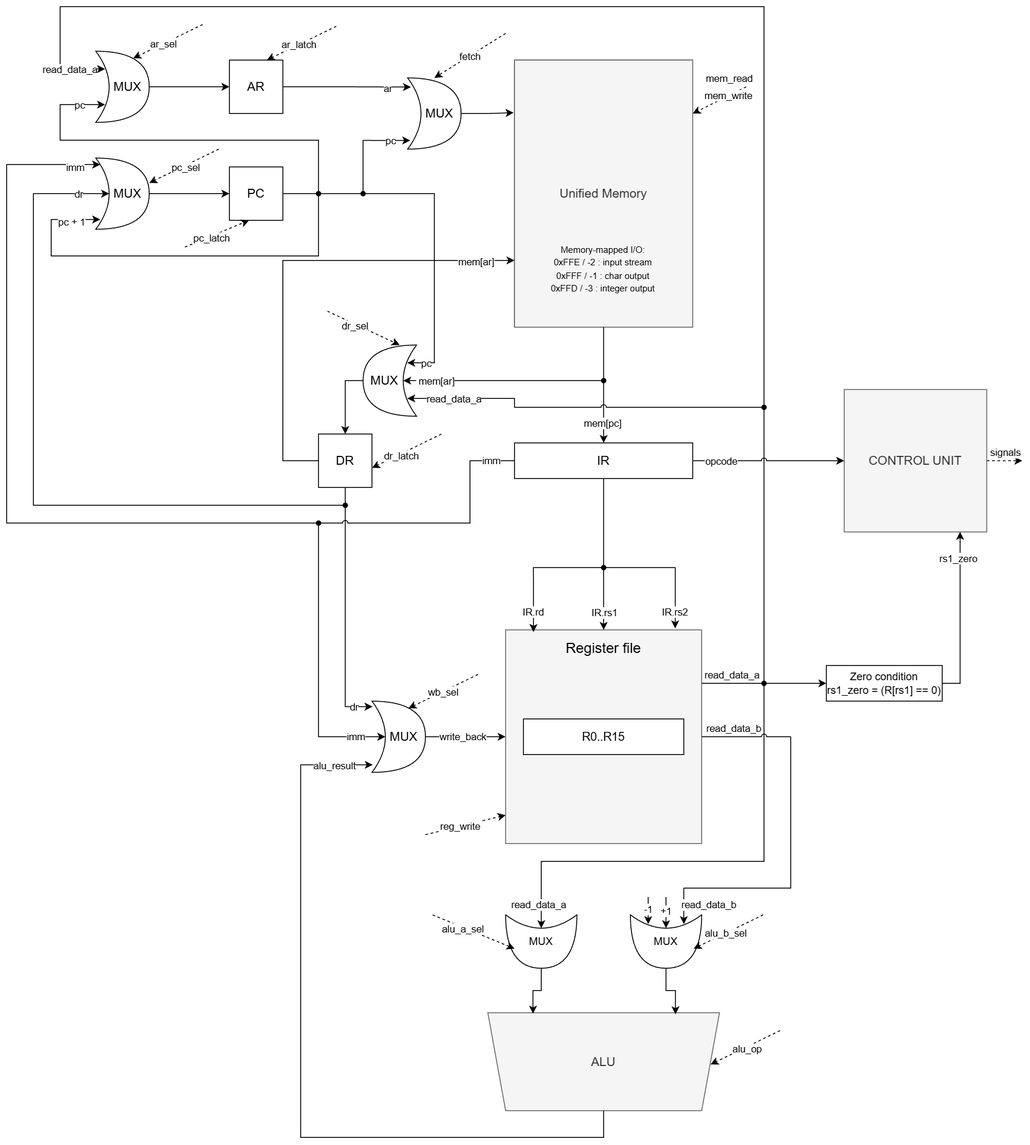
Above: img/datapath.png in ladpest/csa-lab4 (draw.io), before the change. Source tidied: cells renumbered, new cells last; positions are measured from the earlier drawing's top-left corner, leaving out a move shared by most shapes.
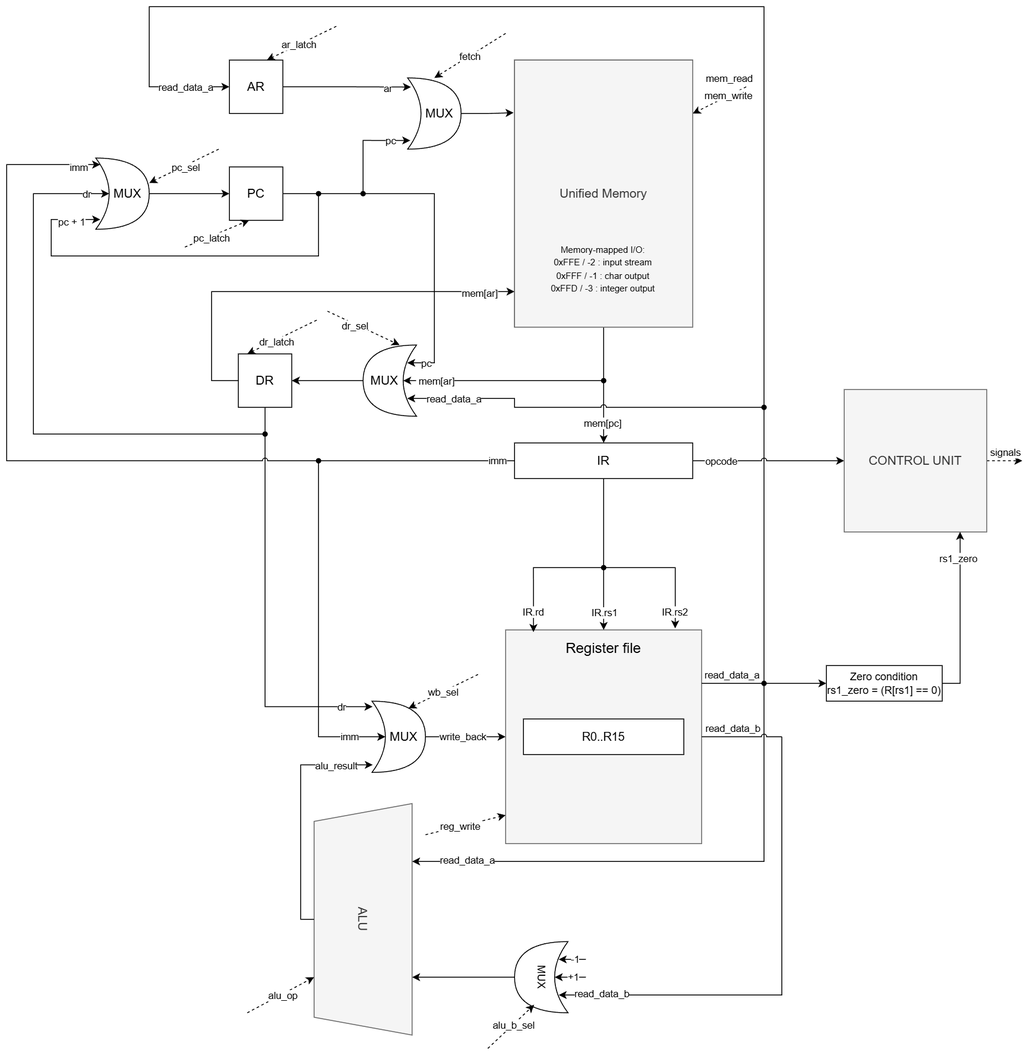
After the commit.

Diff of the diagram source:
```diff
@@ -67,11 +67,2 @@
     </mxCell>
-    <mxCell id="19" style="group;fillColor=#f5f5f5;strokeColor=#666666;fontColor=#333333;" parent="1" vertex="1">
-      <mxGeometry x="570" y="60" width="200" height="300" as="geometry" />
-    </mxCell>
-    <mxCell id="20" value="&lt;font style=&quot;font-size: 14px;&quot;&gt;Unified Memory&lt;/font&gt;" style="rounded=0;whiteSpace=wrap;html=1;fillColor=#f5f5f5;fontColor=#333333;strokeColor=#666666;" parent="19" vertex="1">
-      <mxGeometry width="200" height="300" as="geometry" />
-    </mxCell>
-    <mxCell id="21" value="&lt;font style=&quot;font-size: 10px;&quot;&gt;Memory-mapped I/O:&lt;br&gt;0xFFE / -2 : input stream&lt;br&gt;0xFFF / -1 : char output&lt;br&gt;0xFFD / -3 : integer output&lt;/font&gt;" style="text;html=1;whiteSpace=wrap;strokeColor=none;fillColor=none;align=center;verticalAlign=middle;rounded=0;" parent="19" vertex="1">
-      <mxGeometry x="4.4" y="204" width="191.2" height="60" as="geometry" />
-    </mxCell>
     <mxCell id="22" value="&lt;font style=&quot;font-size: 14px;&quot;&gt;PC&lt;/font&gt;" style="whiteSpace=wrap;html=1;" parent="1" vertex="1">
@@ -142,15 +133,4 @@
     </mxCell>
-    <mxCell id="38" style="edgeStyle=orthogonalEdgeStyle;rounded=0;jettySize=auto;html=1;entryX=0;entryY=0.75;entryDx=0;entryDy=0;" parent="1" edge="1" source="40" target="20">
-      <mxGeometry relative="1" as="geometry">
-        <Array as="points">
-          <mxPoint x="310" y="510" />
-          <mxPoint x="310" y="285" />
-        </Array>
-      </mxGeometry>
-    </mxCell>
-    <mxCell id="39" value="mem[ar]" style="edgeLabel;html=1;align=center;verticalAlign=middle;" parent="38" vertex="1">
-      <mxGeometry x="0.83" y="-1" relative="1" as="geometry" />
-    </mxCell>
     <mxCell id="40" value="&lt;font style=&quot;font-size: 14px;&quot;&gt;DR&lt;/font&gt;" style="whiteSpace=wrap;html=1;" parent="1" vertex="1">
-      <mxGeometry x="350" y="480" width="60" height="60" as="geometry" />
+      <mxGeometry x="260" y="390" width="60" height="60" as="geometry" />
     </mxCell>
@@ -171,3 +151,3 @@
         <Array as="points">
-          <mxPoint x="380" y="786" />
+          <mxPoint x="290" y="786" />
         </Array>
@@ -181,3 +161,3 @@
         <Array as="points">
-          <mxPoint y="580" />
+          <mxPoint y="510" />
           <mxPoint y="177" />
@@ -194,4 +174,4 @@
         <Array as="points">
-          <mxPoint x="520" y="510" />
-          <mxPoint x="520" y="580" />
+          <mxPoint x="440" y="510" />
+          <mxPoint x="440" y="510" />
         </Array>
@@ -203,3 +183,3 @@
     <mxCell id="51" style="shape=waypoint;sketch=0;size=6;points=[];fillColor=none;perimeter=centerPerimeter;snapToPoint=1;" parent="1" vertex="1">
-      <mxGeometry x="340" y="570" width="20" height="20" as="geometry" />
+      <mxGeometry x="340" y="500" width="20" height="20" as="geometry" />
     </mxCell>
@@ -216,3 +196,3 @@
     <mxCell id="54" style="shape=waypoint;sketch=0;size=6;points=[];fillColor=none;perimeter=centerPerimeter;snapToPoint=1;" parent="1" vertex="1">
-      <mxGeometry x="370" y="550" width="20" height="20" as="geometry" />
+      <mxGeometry x="280" y="470" width="20" height="20" as="geometry" />
     </mxCell>
@@ -221,6 +201,6 @@
     </mxCell>
-    <mxCell id="56" style="edgeStyle=orthogonalEdgeStyle;rounded=0;jettySize=auto;html=1;entryX=0.25;entryY=0.5;entryDx=0;entryDy=0;entryPerimeter=0;" parent="1" edge="1" source="54" target="33">
+    <mxCell id="56" style="edgeStyle=orthogonalEdgeStyle;rounded=0;jettySize=auto;html=1;entryX=0.25;entryY=0.5;entryDx=0;entryDy=0;entryPerimeter=0;exitX=0.267;exitY=0.692;exitDx=0;exitDy=0;exitPerimeter=0;" parent="1" edge="1" source="54" target="33">
       <mxGeometry relative="1" as="geometry">
         <Array as="points">
-          <mxPoint x="30" y="560" />
+          <mxPoint x="30" y="480" />
           <mxPoint x="30" y="210" />
@@ -234,23 +214,8 @@
     </mxCell>
-    <mxCell id="58" style="edgeStyle=orthogonalEdgeStyle;rounded=0;jettySize=auto;html=1;entryX=0;entryY=0.5;entryDx=0;entryDy=0;" parent="1" edge="1" source="59" target="27">
-      <mxGeometry relative="1" as="geometry" />
-    </mxCell>
-    <mxCell id="59" value="&lt;font style=&quot;font-size: 14px;&quot;&gt;&amp;nbsp; &amp;nbsp;MUX&lt;/font&gt;" style="shape=xor;whiteSpace=wrap;html=1;" parent="1" vertex="1">
-      <mxGeometry x="100" y="50" width="60" height="80" as="geometry" />
-    </mxCell>
-    <mxCell id="60" value="&lt;font style=&quot;font-size: 14px;&quot;&gt;ALU&lt;/font&gt;" style="shape=trapezoid;perimeter=trapezoidPerimeter;whiteSpace=wrap;html=1;fixedSize=1;direction=west;fillColor=#f5f5f5;fontColor=#333333;strokeColor=#666666;" parent="1" vertex="1">
-      <mxGeometry x="540" y="1130" width="260" height="110" as="geometry" />
+    <mxCell id="60" value="&lt;font style=&quot;font-size: 14px;&quot;&gt;ALU&lt;/font&gt;" style="shape=trapezoid;perimeter=trapezoidPerimeter;whiteSpace=wrap;html=1;fixedSize=1;direction=west;fillColor=#f5f5f5;fontColor=#333333;strokeColor=#666666;rotation=90;" parent="1" vertex="1">
+      <mxGeometry x="270" y="970" width="260" height="110" as="geometry" />
     </mxCell>
-    <mxCell id="61" value="MUX" style="shape=xor;whiteSpace=wrap;html=1;direction=south;" parent="1" vertex="1">
-      <mxGeometry x="560" y="1020" width="80" height="60" as="geometry" />
-    </mxCell>
-    <mxCell id="62" value="MUX" style="shape=xor;whiteSpace=wrap;html=1;direction=south;" parent="1" vertex="1">
-      <mxGeometry x="700" y="1020" width="80" height="60" as="geometry" />
-    </mxCell>
-    <mxCell id="63" style="edgeStyle=orthogonalEdgeStyle;rounded=0;jettySize=auto;html=1;entryX=0.19;entryY=0.984;entryDx=0;entryDy=0;entryPerimeter=0;" parent="1" edge="1" source="62" target="60">
+    <mxCell id="63" style="edgeStyle=orthogonalEdgeStyle;rounded=0;jettySize=auto;html=1;entryX=0.25;entryY=1;entryDx=0;entryDy=0;" parent="1" edge="1" source="62" target="60">
       <mxGeometry relative="1" as="geometry" />
     </mxCell>
-    <mxCell id="64" style="edgeStyle=orthogonalEdgeStyle;rounded=0;jettySize=auto;html=1;exitX=1;exitY=0.5;exitDx=0;exitDy=0;exitPerimeter=0;entryX=0.805;entryY=0.991;entryDx=0;entryDy=0;entryPerimeter=0;" parent="1" edge="1" source="61" target="60">
-      <mxGeometry relative="1" as="geometry" />
-    </mxCell>
     <mxCell id="65" style="edgeStyle=orthogonalEdgeStyle;rounded=0;jettySize=auto;html=1;entryX=0;entryY=0.5;entryDx=0;entryDy=0;" parent="1" edge="1" source="66" target="124">
@@ -269,3 +234,3 @@
     </mxCell>
-    <mxCell id="69" style="edgeStyle=orthogonalEdgeStyle;rounded=0;jettySize=auto;html=1;entryX=0.25;entryY=0.5;entryDx=0;entryDy=0;entryPerimeter=0;jumpStyle=arc;" parent="1" edge="1" source="66" target="61">
+    <mxCell id="69" style="edgeStyle=orthogonalEdgeStyle;rounded=0;jettySize=auto;html=1;entryX=0.75;entryY=1;entryDx=0;entryDy=0;jumpStyle=arc;" parent="1" edge="1" source="66" target="60">
       <mxGeometry relative="1" as="geometry">
@@ -273,3 +238,3 @@
           <mxPoint x="850" y="960" />
-          <mxPoint x="600" y="960" />
+          <mxPoint x="605" y="960" />
         </Array>
@@ -277,5 +242,5 @@
     </mxCell>
-    <mxCell id="70" style="edgeStyle=orthogonalEdgeStyle;rounded=0;jettySize=auto;html=1;entryX=0.63;entryY=-0.05;entryDx=0;entryDy=0;entryPerimeter=0;endArrow=none;endFill=0;jumpStyle=arc;" parent="1" edge="1" source="3">
+    <mxCell id="70" style="edgeStyle=orthogonalEdgeStyle;rounded=0;jettySize=auto;html=1;endArrow=none;endFill=0;jumpStyle=arc;" parent="1" edge="1" source="3">
       <mxGeometry relative="1" as="geometry">
-        <mxPoint x="880" y="820" as="targetPoint" />
+        <mxPoint x="870" y="820" as="targetPoint" />
       </mxGeometry>
@@ -289,6 +254,6 @@
       <mxGeometry relative="1" as="geometry">
-        <mxPoint x="880" y="820" as="sourcePoint" />
+        <mxPoint x="870" y="820" as="sourcePoint" />
         <Array as="points">
-          <mxPoint x="880" y="990" />
-          <mxPoint x="760" y="990" />
+          <mxPoint x="870" y="820" />
+          <mxPoint x="870" y="1110" />
         </Array>
@@ -296,24 +261,7 @@
     </mxCell>
-    <mxCell id="73" style="endArrow=classic;html=1;rounded=0;entryX=0.25;entryY=0.5;entryDx=0;entryDy=0;entryPerimeter=0;" parent="1" edge="1" target="62">
-      <mxGeometry relative="1" as="geometry">
-        <mxPoint x="740" y="1000" as="sourcePoint" />
-      </mxGeometry>
-    </mxCell>
-    <mxCell id="74" value="+1" style="edgeLabel;html=1;align=center;verticalAlign=middle;" parent="73" vertex="1">
-      <mxGeometry x="-0.12" y="-1" relative="1" as="geometry" />
-    </mxCell>
-    <mxCell id="75" style="endArrow=classic;html=1;rounded=0;entryX=0.175;entryY=0.75;entryDx=0;entryDy=0;entryPerimeter=0;" parent="1" edge="1" target="62">
-      <mxGeometry relative="1" as="geometry">
-        <mxPoint x="720" y="1000" as="sourcePoint" />
-      </mxGeometry>
-    </mxCell>
-    <mxCell id="76" value="-1" style="edgeLabel;html=1;align=center;verticalAlign=middle;" parent="75" vertex="1">
-      <mxGeometry x="-0.12" y="-1" relative="1" as="geometry" />
-    </mxCell>
-    <mxCell id="77" style="edgeStyle=orthogonalEdgeStyle;rounded=0;jettySize=auto;html=1;entryX=0.015;entryY=0.894;entryDx=0;entryDy=0;entryPerimeter=0;" parent="1" edge="1" source="60" target="18">
+    <mxCell id="77" style="edgeStyle=orthogonalEdgeStyle;rounded=0;jettySize=auto;html=1;entryX=0.015;entryY=0.894;entryDx=0;entryDy=0;entryPerimeter=0;exitX=0.5;exitY=0;exitDx=0;exitDy=0;" parent="1" edge="1" source="60" target="18">
       <mxGeometry relative="1" as="geometry">
         <Array as="points">
-          <mxPoint x="670" y="1270" />
-          <mxPoint x="330" y="1270" />
-          <mxPoint x="330" y="851" />
+          <mxPoint x="330" y="1025" />
+          <mxPoint x="330" y="852" />
         </Array>
@@ -323,6 +271,6 @@
       <mxGeometry x="0.88" y="-1" relative="1" as="geometry">
-        <mxPoint x="9" as="offset" />
+        <mxPoint x="-25" as="offset" />
       </mxGeometry>
     </mxCell>
-    <mxCell id="79" style="edgeStyle=orthogonalEdgeStyle;rounded=0;jettySize=auto;html=1;exitX=1;exitY=0.5;exitDx=0;exitDy=0;exitPerimeter=0;entryX=0.5;entryY=0;entryDx=0;entryDy=0;" parent="1" edge="1" source="80" target="40">
+    <mxCell id="79" style="edgeStyle=orthogonalEdgeStyle;rounded=0;jettySize=auto;html=1;exitX=1;exitY=0.5;exitDx=0;exitDy=0;exitPerimeter=0;entryX=1;entryY=0.5;entryDx=0;entryDy=0;" parent="1" edge="1" source="80" target="40">
       <mxGeometry relative="1" as="geometry" />
@@ -370,3 +318,3 @@
     </mxCell>
-    <mxCell id="89" style="edgeStyle=orthogonalEdgeStyle;rounded=0;jettySize=auto;html=1;entryX=0.175;entryY=0.25;entryDx=0;entryDy=0;entryPerimeter=0;" parent="1" edge="1" source="87" target="59">
+    <mxCell id="89" style="edgeStyle=orthogonalEdgeStyle;rounded=0;jettySize=auto;html=1;entryX=0;entryY=0.5;entryDx=0;entryDy=0;" parent="1" edge="1" source="87" target="27">
       <mxGeometry relative="1" as="geometry">
@@ -374,4 +322,4 @@
           <mxPoint x="850" />
-          <mxPoint x="60" />
-          <mxPoint x="60" y="70" />
+          <mxPoint x="160" />
+          <mxPoint x="160" y="90" />
         </Array>
@@ -379,14 +327,2 @@
     </mxCell>
-    <mxCell id="90" style="edgeStyle=orthogonalEdgeStyle;rounded=0;jettySize=auto;html=1;entryX=0.175;entryY=0.75;entryDx=0;entryDy=0;entryPerimeter=0;" parent="1" edge="1" source="35" target="59">
-      <mxGeometry relative="1" as="geometry">
-        <Array as="points">
-          <mxPoint x="350" y="150" />
-          <mxPoint x="60" y="150" />
-          <mxPoint x="60" y="110" />
-        </Array>
-      </mxGeometry>
-    </mxCell>
-    <mxCell id="91" value="pc" style="edgeLabel;html=1;align=center;verticalAlign=middle;" parent="90" vertex="1">
-      <mxGeometry x="0.87" relative="1" as="geometry" />
-    </mxCell>
     <mxCell id="92" style="edgeStyle=orthogonalEdgeStyle;rounded=0;jettySize=auto;html=1;dashed=1;" parent="1" edge="1" source="94">
@@ -404,9 +340,4 @@
     </mxCell>
-    <mxCell id="95" value="read_data_b" style="edgeLabel;html=1;align=center;verticalAlign=middle;" parent="1" vertex="1">
-      <mxGeometry x="810" y="1010" as="geometry">
-        <mxPoint x="-23" y="-2" as="offset" />
-      </mxGeometry>
-    </mxCell>
     <mxCell id="96" value="read_data_a" style="edgeLabel;html=1;align=center;verticalAlign=middle;" parent="1" vertex="1">
-      <mxGeometry x="590" y="990" as="geometry">
+      <mxGeometry x="510" y="940" as="geometry">
         <mxPoint x="6" y="18" as="offset" />
@@ -415,3 +346,3 @@
     <mxCell id="97" value="read_data_a" style="edgeLabel;html=1;align=center;verticalAlign=middle;" parent="1" vertex="1">
-      <mxGeometry x="70" y="70" as="geometry" />
+      <mxGeometry x="200" y="90" as="geometry" />
     </mxCell>
@@ -422,10 +353,2 @@
     </mxCell>
-    <mxCell id="99" style="edgeStyle=none;jettySize=auto;html=1;rounded=0;entryX=0.7;entryY=0.1;entryDx=0;entryDy=0;entryPerimeter=0;dashed=1;" parent="1" edge="1" target="59">
-      <mxGeometry relative="1" as="geometry">
-        <mxPoint x="220" y="20" as="sourcePoint" />
-      </mxGeometry>
-    </mxCell>
-    <mxCell id="100" value="ar_sel" style="edgeLabel;html=1;align=center;verticalAlign=middle;" parent="99" vertex="1">
-      <mxGeometry x="0.14" relative="1" as="geometry" />
-    </mxCell>
     <mxCell id="101" style="edgeStyle=none;orthogonalLoop=1;jettySize=auto;html=1;rounded=0;entryX=0.7;entryY=0.1;entryDx=0;entryDy=0;entryPerimeter=0;dashed=1;" parent="1" edge="1">
@@ -450,4 +373,4 @@
       <mxGeometry relative="1" as="geometry">
-        <mxPoint x="488" y="480" as="sourcePoint" />
-        <mxPoint x="410" y="518" as="targetPoint" />
+        <mxPoint x="348" y="352" as="sourcePoint" />
+        <mxPoint x="270" y="390" as="targetPoint" />
       </mxGeometry>
@@ -506,24 +429,5 @@
     </mxCell>
-    <mxCell id="116" style="edgeStyle=none;orthogonalLoop=1;jettySize=auto;html=1;rounded=0;entryX=0.7;entryY=0.1;entryDx=0;entryDy=0;entryPerimeter=0;dashed=1;" parent="1" edge="1">
-      <mxGeometry relative="1" as="geometry">
-        <mxPoint x="849" y="1020" as="sourcePoint" />
-        <mxPoint x="771" y="1058" as="targetPoint" />
-      </mxGeometry>
-    </mxCell>
-    <mxCell id="117" value="alu_b_sel" style="edgeLabel;html=1;align=center;verticalAlign=middle;" parent="116" vertex="1">
-      <mxGeometry x="0.09" relative="1" as="geometry" />
-    </mxCell>
-    <mxCell id="118" style="edgeStyle=none;orthogonalLoop=1;jettySize=auto;html=1;rounded=0;entryX=0.7;entryY=0.1;entryDx=0;entryDy=0;entryPerimeter=0;dashed=1;" parent="1" edge="1">
-      <mxGeometry relative="1" as="geometry">
-        <mxPoint x="478" y="1020" as="sourcePoint" />
-        <mxPoint x="570" y="1058" as="targetPoint" />
-      </mxGeometry>
-    </mxCell>
-    <mxCell id="119" value="alu_a_sel" style="edgeLabel;html=1;align=center;verticalAlign=middle;" parent="118" vertex="1">
-      <mxGeometry x="-0.25" y="-1" relative="1" as="geometry" />
-    </mxCell>
-    <mxCell id="120" style="edgeStyle=none;orthogonalLoop=1;jettySize=auto;html=1;rounded=0;entryX=0.7;entryY=0.1;entryDx=0;entryDy=0;entryPerimeter=0;dashed=1;" parent="1" edge="1">
+    <mxCell id="120" style="edgeStyle=none;jettySize=auto;html=1;rounded=0;entryX=0.25;entryY=0;entryDx=0;entryDy=0;dashed=1;" parent="1" edge="1" target="60">
       <mxGeometry relative="1" as="geometry">
-        <mxPoint x="868" y="1150" as="sourcePoint" />
-        <mxPoint x="790" y="1188" as="targetPoint" />
+        <mxPoint x="270" y="1130" as="sourcePoint" />
       </mxGeometry>
@@ -532,3 +436,3 @@
       <mxGeometry x="0.23" relative="1" as="geometry">
-        <mxPoint x="10" y="-3" as="offset" />
+        <mxPoint x="-6" y="5" as="offset" />
       </mxGeometry>
@@ -555,2 +459,60 @@
     </mxCell>
+    <mxCell id="127" style="group;" parent="1" vertex="1">
+      <mxGeometry x="570" y="60" width="200" height="300" as="geometry" />
+    </mxCell>
+    <mxCell id="19" style="group;fillColor=#f5f5f5;strokeColor=#666666;fontColor=#333333;" parent="127" vertex="1">
+      <mxGeometry width="200" height="300" as="geometry" />
+    </mxCell>
+    <mxCell id="20" value="&lt;font style=&quot;font-size: 14px;&quot;&gt;Unified Memory&lt;/font&gt;" style="rounded=0;whiteSpace=wrap;html=1;fillColor=#f5f5f5;fontColor=#333333;strokeColor=#666666;" parent="19" vertex="1">
+      <mxGeometry width="200" height="300" as="geometry" />
+    </mxCell>
+    <mxCell id="21" value="&lt;font style=&quot;font-size: 10px;&quot;&gt;Memory-mapped I/O:&lt;br&gt;0xFFE / -2 : input stream&lt;br&gt;0xFFF / -1 : char output&lt;br&gt;0xFFD / -3 : integer output&lt;/font&gt;" style="text;html=1;whiteSpace=wrap;strokeColor=none;fillColor=none;align=center;verticalAlign=middle;rounded=0;" parent="19" vertex="1">
+      <mxGeometry x="4.4" y="204" width="191.2" height="60" as="geometry" />
+    </mxCell>
+    <mxCell id="38" style="edgeStyle=orthogonalEdgeStyle;rounded=0;jettySize=auto;html=1;" parent="127" edge="1" source="40">
+      <mxGeometry relative="1" as="geometry">
+        <mxPoint y="260" as="targetPoint" />
+        <Array as="points">
+          <mxPoint x="-340" y="360" />
+          <mxPoint x="-340" y="260" />
+          <mxPoint y="260" />
+        </Array>
+      </mxGeometry>
+    </mxCell>
+    <mxCell id="39" value="mem[ar]" style="edgeLabel;html=1;align=center;verticalAlign=middle;" parent="38" vertex="1">
+      <mxGeometry x="0.83" y="-1" relative="1" as="geometry" />
+    </mxCell>
+    <mxCell id="62" value="MUX" style="shape=xor;whiteSpace=wrap;html=1;direction=south;rotation=90;" parent="1" vertex="1">
+      <mxGeometry x="560" y="1060" width="80" height="60" as="geometry" />
+    </mxCell>
+    <mxCell id="73" style="endArrow=classic;html=1;rounded=0;entryX=0.25;entryY=0.5;entryDx=0;entryDy=0;entryPerimeter=0;" parent="1" edge="1" target="62">
+      <mxGeometry relative="1" as="geometry">
+        <mxPoint x="650" y="1090" as="sourcePoint" />
+      </mxGeometry>
+    </mxCell>
+    <mxCell id="74" value="+1" style="edgeLabel;html=1;align=center;verticalAlign=middle;rotation=0;" parent="73" vertex="1">
+      <mxGeometry x="-0.12" y="-1" relative="1" as="geometry" />
+    </mxCell>
+    <mxCell id="75" style="endArrow=classic;html=1;rounded=0;entryX=0.175;entryY=0.75;entryDx=0;entryDy=0;entryPerimeter=0;" parent="1" edge="1" target="62">
+      <mxGeometry relative="1" as="geometry">
+        <mxPoint x="650" y="1070" as="sourcePoint" />
+      </mxGeometry>
+    </mxCell>
+    <mxCell id="76" value="-1" style="edgeLabel;html=1;align=center;verticalAlign=middle;rotation=0;" parent="75" vertex="1">
+      <mxGeometry x="-0.12" y="-1" relative="1" as="geometry" />
+    </mxCell>
+    <mxCell id="95" value="read_data_b" style="edgeLabel;html=1;align=center;verticalAlign=middle;rotation=0;" parent="1" vertex="1">
+      <mxGeometry x="690" y="1110" as="geometry">
+        <mxPoint x="-23" y="-2" as="offset" />
+      </mxGeometry>
+    </mxCell>
+    <mxCell id="116" style="edgeStyle=none;orthogonalLoop=1;jettySize=auto;html=1;rounded=0;entryX=0.7;entryY=0.1;entryDx=0;entryDy=0;entryPerimeter=0;dashed=1;" parent="1" edge="1">
+      <mxGeometry relative="1" as="geometry">
+        <mxPoint x="540" y="1170" as="sourcePoint" />
+        <mxPoint x="592" y="1121" as="targetPoint" />
+      </mxGeometry>
+    </mxCell>
+    <mxCell id="117" value="alu_b_sel" style="edgeLabel;html=1;align=center;verticalAlign=middle;rotation=0;" parent="116" vertex="1">
+      <mxGeometry x="0.09" relative="1" as="geometry" />
+    </mxCell>
   </root>
```
